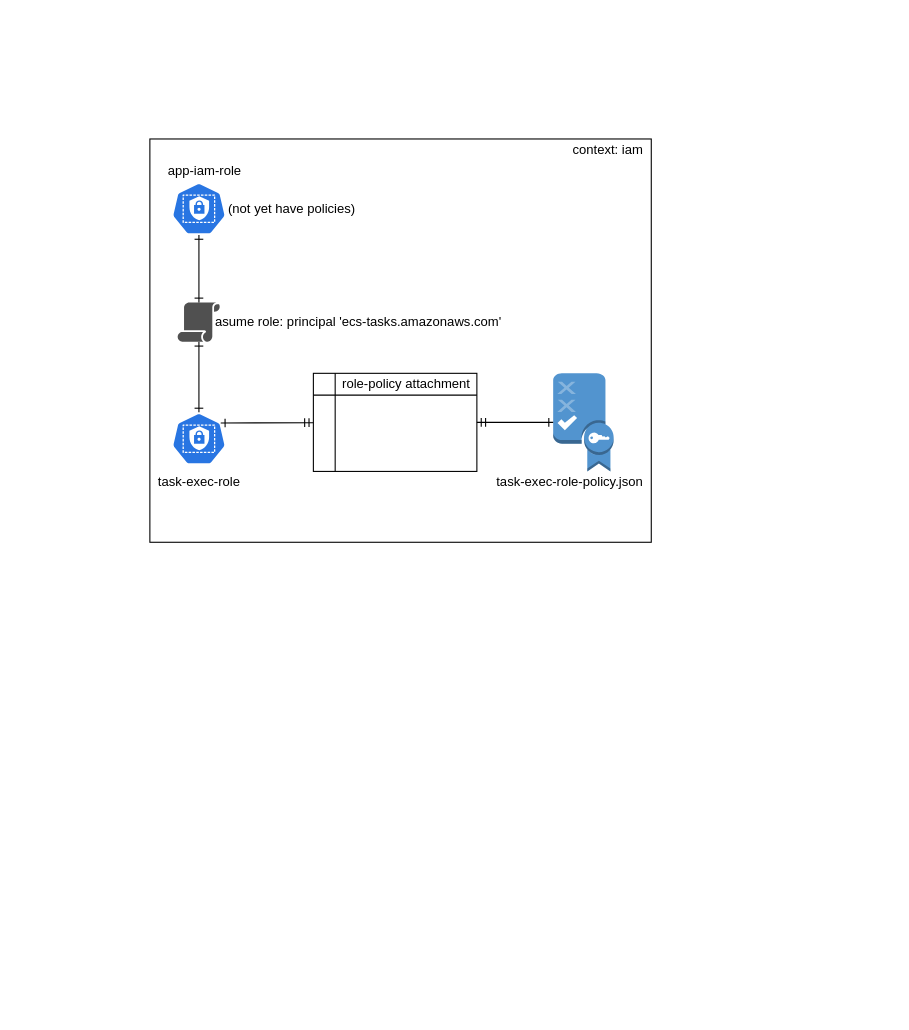
Earlier version of the draw.io diagram docs/ecs.drawio (roylee0704/recipe-app-api-devops-starting-code). Source tidied: cells renumbered, new cells numbered last; positions are measured from the earlier drawing's top-left corner, leaving out a move shared by most shapes. Both pictures are drawn from the tidied source at 109%, with x=0, y=0 at pixel (149, 138).
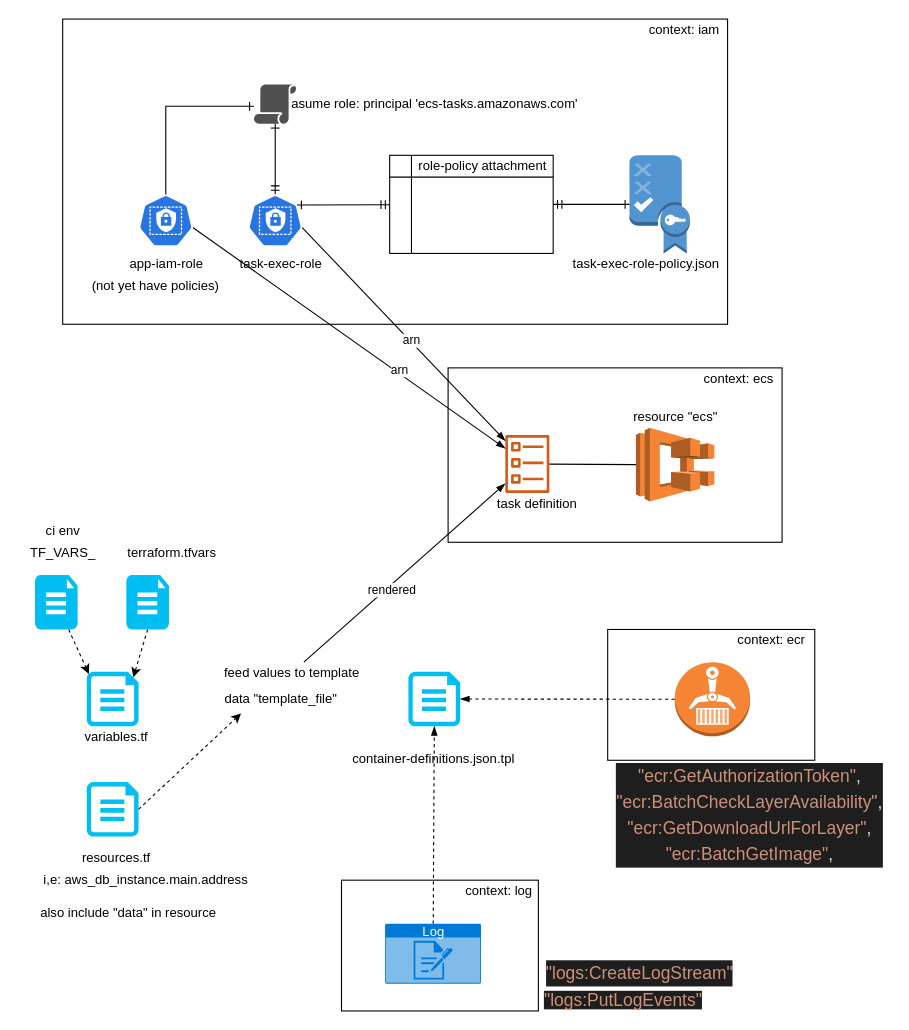
The same page after the edit.

Commit message (it also covers changes not shown here):
added ecs task definition

Diff of the diagram source:
```diff
@@
+    <mxCell id="20" style="group;" parent="1" vertex="1">
+      <mxGeometry x="273.6" y="210" width="306.4" height="160" as="geometry" />
+    </mxCell>
+    <mxCell id="21" style="rounded=0;whiteSpace=wrap;html=1;" parent="20" vertex="1">
+      <mxGeometry width="306.4" height="160" as="geometry" />
+    </mxCell>
+    <mxCell id="22" value="context: ecs" style="text;html=1;align=center;verticalAlign=middle;" parent="20" vertex="1">
+      <mxGeometry x="226.4" width="80" height="20" as="geometry" />
+    </mxCell>
+    <mxCell id="23" style="outlineConnect=0;fontColor=#232F3E;gradientColor=none;fillColor=#D05C17;strokeColor=none;dashed=0;verticalLabelPosition=bottom;verticalAlign=top;align=center;html=1;fontSize=12;fontStyle=0;shape=mxgraph.aws4.ecs_task;" parent="20" vertex="1">
+      <mxGeometry x="52.5" y="61.5" width="40.4" height="53.4" as="geometry" />
+    </mxCell>
+    <mxCell id="24" value="task definition" style="text;html=1;align=center;verticalAlign=middle;" parent="20" vertex="1">
+      <mxGeometry x="36.4" y="114.9" width="90" height="20" as="geometry" />
+    </mxCell>
+    <mxCell id="25" style="group;" parent="1" vertex="1">
+      <mxGeometry x="420" y="450" width="190" height="120" as="geometry" />
+    </mxCell>
+    <mxCell id="26" style="rounded=0;whiteSpace=wrap;html=1;" parent="25" vertex="1">
+      <mxGeometry width="190" height="120" as="geometry" />
+    </mxCell>
+    <mxCell id="27" value="context: ecr" style="text;html=1;align=center;verticalAlign=middle;" parent="25" vertex="1">
+      <mxGeometry x="110" width="80" height="20" as="geometry" />
+    </mxCell>
+    <mxCell id="28" style="outlineConnect=0;dashed=0;verticalLabelPosition=bottom;verticalAlign=top;align=center;html=1;shape=mxgraph.aws3.ecr;fillColor=#F58534;gradientColor=none;" parent="25" vertex="1">
+      <mxGeometry x="61.6" y="30" width="69" height="68" as="geometry" />
+    </mxCell>
+    <mxCell id="29" style="group;" parent="1" vertex="1">
+      <mxGeometry x="216.4" y="680" width="143.6" height="120" as="geometry" />
+    </mxCell>
+    <mxCell id="30" style="rounded=0;whiteSpace=wrap;html=1;" parent="29" vertex="1">
+      <mxGeometry x="-40.6" width="180.6" height="120" as="geometry" />
+    </mxCell>
+    <mxCell id="31" value="context: log" style="text;html=1;align=center;verticalAlign=middle;" parent="29" vertex="1">
+      <mxGeometry x="63.6" width="80" height="20" as="geometry" />
+    </mxCell>
     <mxCell id="2" style="rounded=0;whiteSpace=wrap;html=1;" parent="1" vertex="1">
-      <mxGeometry width="460" height="370" as="geometry" />
+      <mxGeometry x="-80" y="-110" width="610" height="280" as="geometry" />
     </mxCell>
     <mxCell id="3" style="outlineConnect=0;dashed=0;verticalLabelPosition=bottom;verticalAlign=top;align=center;html=1;shape=mxgraph.aws3.policy;fillColor=#5294CF;gradientColor=none;" parent="1" vertex="1">
-      <mxGeometry x="370" y="215" width="55.5" height="90" as="geometry" />
+      <mxGeometry x="440" y="15" width="55.5" height="90" as="geometry" />
     </mxCell>
-    <mxCell id="4" style="edgeStyle=none;rounded=0;jettySize=auto;html=1;startArrow=ERone;startFill=0;endArrow=ERone;endFill=0;" parent="1" edge="1" source="5" target="14">
+    <mxCell id="4" style="edgeStyle=none;rounded=0;jettySize=auto;html=1;startArrow=ERmandOne;startFill=0;endArrow=ERone;endFill=0;" parent="1" edge="1" source="5" target="14">
       <mxGeometry relative="1" as="geometry" />
     </mxCell>
+    <mxCell id="32" style="edgeStyle=none;rounded=0;jettySize=auto;html=1;exitX=0.995;exitY=0.63;exitDx=0;exitDy=0;exitPerimeter=0;startArrow=none;startFill=0;endArrow=blockThin;endFill=1;" parent="1" edge="1" source="5" target="23">
+      <mxGeometry relative="1" as="geometry" />
+    </mxCell>
+    <mxCell id="33" value="arn" style="edgeLabel;html=1;align=center;verticalAlign=middle;" parent="32" vertex="1">
+      <mxGeometry x="0.06" y="1" relative="1" as="geometry" />
+    </mxCell>
     <mxCell id="5" style="html=1;dashed=0;whitespace=wrap;fillColor=#2875E2;strokeColor=#ffffff;points=[[0.005,0.63,0],[0.1,0.2,0],[0.9,0.2,0],[0.5,0,0],[0.995,0.63,0],[0.72,0.99,0],[0.5,1,0],[0.28,0.99,0]];shape=mxgraph.kubernetes.icon;prIcon=role;" parent="1" vertex="1">
-      <mxGeometry x="20" y="251" width="50" height="48" as="geometry" />
+      <mxGeometry x="90" y="51" width="50" height="48" as="geometry" />
     </mxCell>
     <mxCell id="6" style="group;" parent="1" vertex="1">
-      <mxGeometry x="150" y="215" width="150" height="90" as="geometry" />
+      <mxGeometry x="220" y="15" width="150" height="90" as="geometry" />
     </mxCell>
@@
     <mxCell id="11" value="task-exec-role-policy.json" style="text;html=1;align=center;verticalAlign=middle;" parent="1" vertex="1">
-      <mxGeometry x="310" y="305" width="150" height="20" as="geometry" />
+      <mxGeometry x="380" y="105" width="150" height="20" as="geometry" />
     </mxCell>
     <mxCell id="12" value="task-exec-role" style="text;html=1;align=center;verticalAlign=middle;" parent="1" vertex="1">
-      <mxGeometry y="305" width="90" height="20" as="geometry" />
+      <mxGeometry x="75" y="105" width="90" height="20" as="geometry" />
     </mxCell>
     <mxCell id="13" value="context: iam" style="text;html=1;align=center;verticalAlign=middle;" parent="1" vertex="1">
-      <mxGeometry x="380" width="80" height="20" as="geometry" />
+      <mxGeometry x="450" y="-110" width="80" height="20" as="geometry" />
     </mxCell>
     <mxCell id="14" style="shadow=0;dashed=0;html=1;strokeColor=none;fillColor=#505050;labelPosition=center;verticalLabelPosition=bottom;verticalAlign=top;outlineConnect=0;align=center;shape=mxgraph.office.security.policy;direction=east;" parent="1" vertex="1">
-      <mxGeometry x="25.5" y="150" width="39" height="36" as="geometry" />
+      <mxGeometry x="95.5" y="-50" width="39" height="36" as="geometry" />
     </mxCell>
     <mxCell id="15" value="asume role: principal 'ecs-tasks.amazonaws.com'" style="text;html=1;align=center;verticalAlign=middle;" parent="1" vertex="1">
-      <mxGeometry x="51" y="158" width="280" height="20" as="geometry" />
+      <mxGeometry x="121" y="-42" width="280" height="20" as="geometry" />
     </mxCell>
-    <mxCell id="16" style="edgeStyle=orthogonalEdgeStyle;rounded=0;jettySize=auto;html=1;exitX=0.5;exitY=1;exitDx=0;exitDy=0;exitPerimeter=0;endArrow=ERone;endFill=0;startArrow=ERone;startFill=0;" parent="1" edge="1" source="17" target="14">
-      <mxGeometry relative="1" as="geometry" />
+    <mxCell id="16" style="edgeStyle=orthogonalEdgeStyle;rounded=0;jettySize=auto;html=1;exitX=0.5;exitY=1;exitDx=0;exitDy=0;exitPerimeter=0;endArrow=ERone;endFill=0;startArrow=ERmandOne;startFill=0;" parent="1" edge="1" source="17" target="14">
+      <mxGeometry relative="1" as="geometry">
+        <Array as="points">
+          <mxPoint x="15" y="-30" />
+        </Array>
+      </mxGeometry>
     </mxCell>
+    <mxCell id="34" style="edgeStyle=none;rounded=0;jettySize=auto;html=1;exitX=0.995;exitY=0.63;exitDx=0;exitDy=0;exitPerimeter=0;startArrow=none;startFill=0;endArrow=blockThin;endFill=1;" parent="1" edge="1" source="17" target="23">
+      <mxGeometry relative="1" as="geometry" />
+    </mxCell>
+    <mxCell id="35" value="arn" style="edgeLabel;html=1;align=center;verticalAlign=middle;" parent="34" vertex="1">
+      <mxGeometry x="0.31" y="3" relative="1" as="geometry" />
+    </mxCell>
     <mxCell id="17" style="html=1;dashed=0;whitespace=wrap;fillColor=#2875E2;strokeColor=#ffffff;points=[[0.005,0.63,0],[0.1,0.2,0],[0.9,0.2,0],[0.5,0,0],[0.995,0.63,0],[0.72,0.99,0],[0.5,1,0],[0.28,0.99,0]];shape=mxgraph.kubernetes.icon;prIcon=role;" parent="1" vertex="1">
-      <mxGeometry x="20" y="40" width="50" height="48" as="geometry" />
+      <mxGeometry x="-10.4" y="51" width="50" height="48" as="geometry" />
     </mxCell>
     <mxCell id="18" value="app-iam-role" style="text;html=1;align=center;verticalAlign=middle;" parent="1" vertex="1">
-      <mxGeometry x="10" y="20" width="80" height="20" as="geometry" />
+      <mxGeometry x="-25.4" y="105" width="80" height="20" as="geometry" />
     </mxCell>
     <mxCell id="19" value="(not yet have policies)" style="text;html=1;align=center;verticalAlign=middle;" parent="1" vertex="1">
-      <mxGeometry x="64.5" y="54" width="130" height="20" as="geometry" />
+      <mxGeometry x="-60" y="125" width="130" height="20" as="geometry" />
     </mxCell>
+    <mxCell id="36" style="verticalLabelPosition=bottom;html=1;verticalAlign=top;align=center;strokeColor=none;fillColor=#00BEF2;shape=mxgraph.azure.cloud_services_configuration_file;" parent="1" vertex="1">
+      <mxGeometry x="237.2" y="488.8" width="47.5" height="50" as="geometry" />
+    </mxCell>
+    <mxCell id="37" value="container-definitions.json.tpl" style="text;html=1;align=center;verticalAlign=middle;" parent="1" vertex="1">
+      <mxGeometry x="180" y="558.8" width="160" height="20" as="geometry" />
+    </mxCell>
+    <mxCell id="38" style="edgeStyle=none;rounded=0;jettySize=auto;html=1;entryX=0;entryY=0.5;entryDx=0;entryDy=0;entryPerimeter=0;startArrow=blockThin;startFill=1;endArrow=none;endFill=0;strokeColor=#FFFFFF;dashed=1;" parent="1" edge="1" source="39" target="36">
+      <mxGeometry relative="1" as="geometry" />
+    </mxCell>
+    <mxCell id="39" value="data &quot;template_file&quot;" style="text;html=1;align=center;verticalAlign=middle;points=[];" parent="1" vertex="1">
+      <mxGeometry x="60" y="503.8" width="120" height="20" as="geometry" />
+    </mxCell>
+    <mxCell id="40" style="edgeStyle=none;rounded=0;jettySize=auto;html=1;startArrow=none;startFill=0;endArrow=blockThin;endFill=1;" parent="1" edge="1" source="42" target="23">
+      <mxGeometry relative="1" as="geometry" />
+    </mxCell>
+    <mxCell id="41" value="rendered" style="edgeLabel;html=1;align=center;verticalAlign=middle;" parent="40" vertex="1">
+      <mxGeometry x="-0.16" y="-4" relative="1" as="geometry" />
+    </mxCell>
+    <mxCell id="42" value="feed values to template" style="text;html=1;align=center;verticalAlign=middle;points=[];" parent="1" vertex="1">
+      <mxGeometry x="60" y="480" width="140" height="20" as="geometry" />
+    </mxCell>
+    <mxCell id="43" style="rounded=0;jettySize=auto;html=1;startArrow=none;startFill=0;endArrow=blockThin;endFill=1;strokeColor=#FFFFFF;entryX=-0.011;entryY=0.45;entryDx=0;entryDy=0;entryPerimeter=0;dashed=1;" parent="1" edge="1" source="44" target="39">
+      <mxGeometry relative="1" as="geometry" />
+    </mxCell>
+    <mxCell id="44" style="verticalLabelPosition=bottom;html=1;verticalAlign=top;align=center;strokeColor=none;fillColor=#00BEF2;shape=mxgraph.azure.cloud_services_configuration_file;" parent="1" vertex="1">
+      <mxGeometry x="-57.9" y="488.8" width="47.5" height="50" as="geometry" />
+    </mxCell>
+    <mxCell id="45" value="variables.tf" style="text;html=1;align=center;verticalAlign=middle;" parent="1" vertex="1">
+      <mxGeometry x="-66.3" y="538.8" width="70" height="20" as="geometry" />
+    </mxCell>
+    <mxCell id="46" style="rounded=0;jettySize=auto;html=1;entryX=0.5;entryY=1;entryDx=0;entryDy=0;entryPerimeter=0;dashed=1;endArrow=blockThin;endFill=1;" parent="1" edge="1" source="47" target="36">
+      <mxGeometry relative="1" as="geometry" />
+    </mxCell>
+    <mxCell id="47" value="Log" style="html=1;strokeColor=none;fillColor=#0079D6;labelPosition=center;verticalLabelPosition=middle;verticalAlign=top;align=center;fontSize=12;outlineConnect=0;spacingTop=-6;fontColor=#FFFFFF;shape=mxgraph.sitemap.log;" parent="1" vertex="1">
+      <mxGeometry x="215.8" y="720" width="88" height="55" as="geometry" />
+    </mxCell>
+    <mxCell id="48" style="edgeStyle=none;rounded=0;jettySize=auto;html=1;exitX=0;exitY=0.5;exitDx=0;exitDy=0;exitPerimeter=0;entryX=1;entryY=0.5;entryDx=0;entryDy=0;entryPerimeter=0;dashed=1;startArrow=none;startFill=0;endArrow=blockThin;endFill=1;" parent="1" edge="1" source="28" target="36">
+      <mxGeometry relative="1" as="geometry" />
+    </mxCell>
+    <mxCell id="49" value="&lt;div style=&quot;color: rgb(212 , 212 , 212) ; background-color: rgb(30 , 30 , 30) ; font-family: , &amp;#34;menlo&amp;#34; , &amp;#34;monaco&amp;#34; , &amp;#34;courier new&amp;#34; , monospace ; font-size: 16px ; line-height: 24px&quot;&gt;&lt;div&gt;                &lt;span style=&quot;color: #ce9178&quot;&gt;&quot;logs:CreateLogStream&quot;&lt;/span&gt;&lt;/div&gt;&lt;div&gt;&lt;/div&gt;&lt;/div&gt;" style="text;html=1;align=center;verticalAlign=middle;" parent="1" vertex="1">
+      <mxGeometry x="353.6" y="750" width="190" height="30" as="geometry" />
+    </mxCell>
+    <mxCell id="50" value="&lt;span style=&quot;color: rgb(206 , 145 , 120) ; font-size: 16px ; background-color: rgb(30 , 30 , 30)&quot;&gt;&quot;logs:PutLogEvents&quot;&lt;/span&gt;" style="text;html=1;align=center;verticalAlign=middle;" parent="1" vertex="1">
+      <mxGeometry x="353.6" y="780" width="160" height="20" as="geometry" />
+    </mxCell>
+    <mxCell id="51" value="&lt;div style=&quot;color: rgb(212 , 212 , 212) ; background-color: rgb(30 , 30 , 30) ; font-family: , &amp;#34;menlo&amp;#34; , &amp;#34;monaco&amp;#34; , &amp;#34;courier new&amp;#34; , monospace ; font-size: 16px ; line-height: 24px&quot;&gt;&lt;div&gt;                &lt;span style=&quot;color: #ce9178&quot;&gt;&quot;ecr:GetAuthorizationToken&quot;&lt;/span&gt;,&lt;/div&gt;&lt;div&gt;                &lt;span style=&quot;color: #ce9178&quot;&gt;&quot;ecr:BatchCheckLayerAvailability&quot;&lt;/span&gt;,&lt;/div&gt;&lt;div&gt;                &lt;span style=&quot;color: #ce9178&quot;&gt;&quot;ecr:GetDownloadUrlForLayer&quot;&lt;/span&gt;,&lt;/div&gt;&lt;div&gt;                &lt;span style=&quot;color: #ce9178&quot;&gt;&quot;ecr:BatchGetImage&quot;&lt;/span&gt;,&lt;/div&gt;&lt;div&gt;&lt;/div&gt;&lt;/div&gt;" style="text;html=1;align=center;verticalAlign=middle;" parent="1" vertex="1">
+      <mxGeometry x="420" y="570" width="260" height="100" as="geometry" />
+    </mxCell>
+    <mxCell id="52" style="rounded=0;jettySize=auto;html=1;exitX=0.5;exitY=1;exitDx=0;exitDy=0;exitPerimeter=0;entryX=0.9;entryY=0.1;entryDx=0;entryDy=0;entryPerimeter=0;dashed=1;" parent="1" edge="1" source="53" target="44">
+      <mxGeometry relative="1" as="geometry" />
+    </mxCell>
+    <mxCell id="53" style="verticalLabelPosition=bottom;html=1;verticalAlign=top;align=center;strokeColor=none;fillColor=#00BEF2;shape=mxgraph.azure.file_2;" parent="1" vertex="1">
+      <mxGeometry x="-21.6" y="400" width="39.1" height="50" as="geometry" />
+    </mxCell>
+    <mxCell id="54" value="terraform.tfvars" style="text;html=1;align=center;verticalAlign=middle;" parent="1" vertex="1">
+      <mxGeometry x="-30" y="370" width="100" height="20" as="geometry" />
+    </mxCell>
+    <mxCell id="55" style="edgeStyle=none;rounded=0;jettySize=auto;html=1;entryX=0.04;entryY=0.04;entryDx=0;entryDy=0;entryPerimeter=0;dashed=1;" parent="1" edge="1" source="56" target="44">
+      <mxGeometry relative="1" as="geometry" />
+    </mxCell>
+    <mxCell id="56" style="verticalLabelPosition=bottom;html=1;verticalAlign=top;align=center;strokeColor=none;fillColor=#00BEF2;shape=mxgraph.azure.file_2;" parent="1" vertex="1">
+      <mxGeometry x="-105.4" y="400" width="39.1" height="50" as="geometry" />
+    </mxCell>
+    <mxCell id="57" value="ci env" style="text;html=1;align=center;verticalAlign=middle;" parent="1" vertex="1">
+      <mxGeometry x="-105" y="350" width="50" height="20" as="geometry" />
+    </mxCell>
+    <mxCell id="58" value="TF_VARS_" style="text;html=1;align=center;verticalAlign=middle;" parent="1" vertex="1">
+      <mxGeometry x="-120" y="370" width="80" height="20" as="geometry" />
+    </mxCell>
+    <mxCell id="59" style="rounded=0;jettySize=auto;html=1;exitX=1;exitY=0.5;exitDx=0;exitDy=0;exitPerimeter=0;entryX=0.197;entryY=1.163;entryDx=0;entryDy=0;entryPerimeter=0;dashed=1;" parent="1" edge="1" source="60" target="39">
+      <mxGeometry relative="1" as="geometry" />
+    </mxCell>
+    <mxCell id="60" style="verticalLabelPosition=bottom;html=1;verticalAlign=top;align=center;strokeColor=none;fillColor=#00BEF2;shape=mxgraph.azure.cloud_services_configuration_file;" parent="1" vertex="1">
+      <mxGeometry x="-57.9" y="590" width="47.5" height="50" as="geometry" />
+    </mxCell>
+    <mxCell id="61" value="resources.tf" style="text;html=1;align=center;verticalAlign=middle;" parent="1" vertex="1">
+      <mxGeometry x="-71.3" y="650" width="80" height="20" as="geometry" />
+    </mxCell>
+    <mxCell id="62" value="i,e: aws_db_instance.main.address" style="text;html=1;align=center;verticalAlign=middle;" parent="1" vertex="1">
+      <mxGeometry x="-104.5" y="670" width="200" height="20" as="geometry" />
+    </mxCell>
+    <mxCell id="63" value="also include &quot;data&quot; in resource" style="text;html=1;align=center;verticalAlign=middle;" parent="1" vertex="1">
+      <mxGeometry x="-110" y="700" width="180" height="20" as="geometry" />
+    </mxCell>
+    <mxCell id="64" style="outlineConnect=0;dashed=0;verticalLabelPosition=bottom;verticalAlign=top;align=center;html=1;shape=mxgraph.aws3.ecs;fillColor=#F58534;gradientColor=none;" parent="1" vertex="1">
+      <mxGeometry x="445.9" y="265" width="72" height="67.5" as="geometry" />
+    </mxCell>
+    <mxCell id="65" value="resource &quot;ecs&quot;" style="text;html=1;align=center;verticalAlign=middle;" parent="1" vertex="1">
+      <mxGeometry x="436.9" y="245" width="90" height="20" as="geometry" />
+    </mxCell>
+    <mxCell id="66" style="edgeStyle=none;rounded=0;jettySize=auto;html=1;entryX=0;entryY=0.5;entryDx=0;entryDy=0;entryPerimeter=0;startArrow=none;startFill=0;endArrow=none;endFill=0;" parent="1" edge="1" source="23" target="64">
+      <mxGeometry relative="1" as="geometry" />
+    </mxCell>
```
